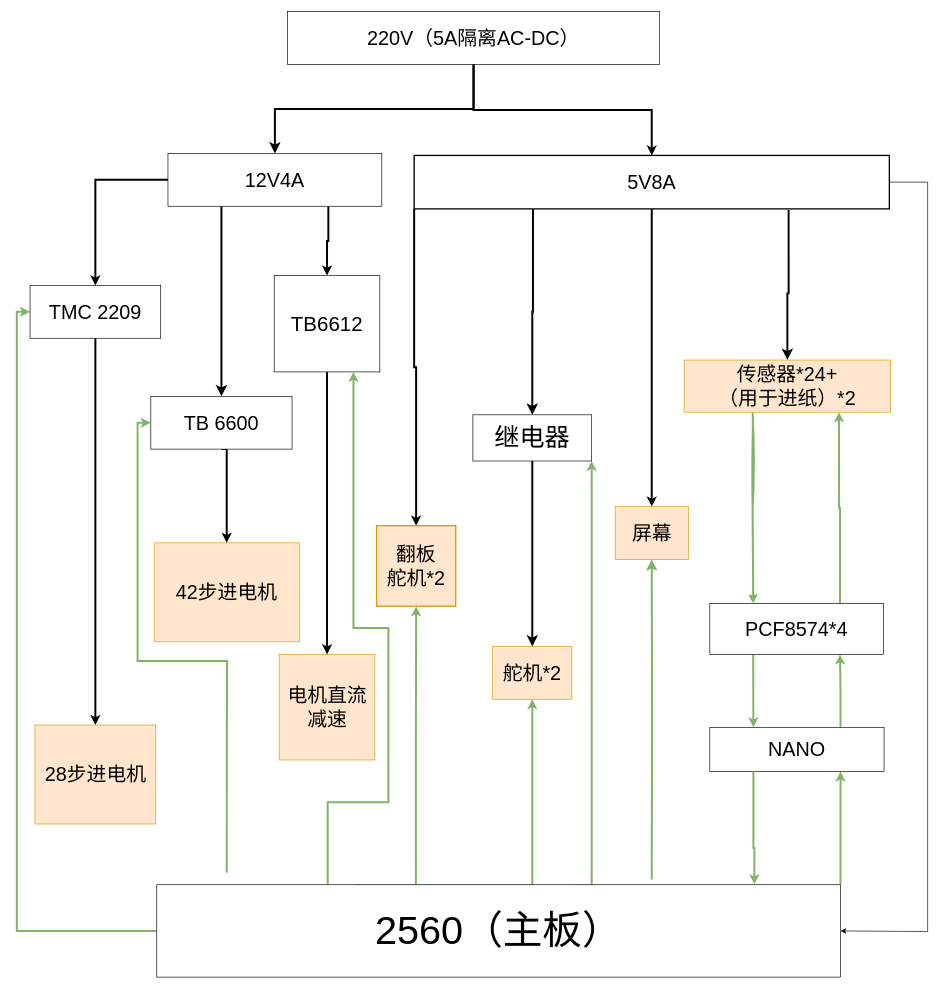
Above: 大项目1.0.drawio.xml in xinlanzi/Induisal-design (draw.io), before the change. Source tidied: cells renumbered, new cells numbered last; positions are measured from the earlier drawing's top-left corner, leaving out a move shared by most shapes. Both pictures are drawn from the tidied source at 66%, with x=0, y=0 at pixel (30, 11).
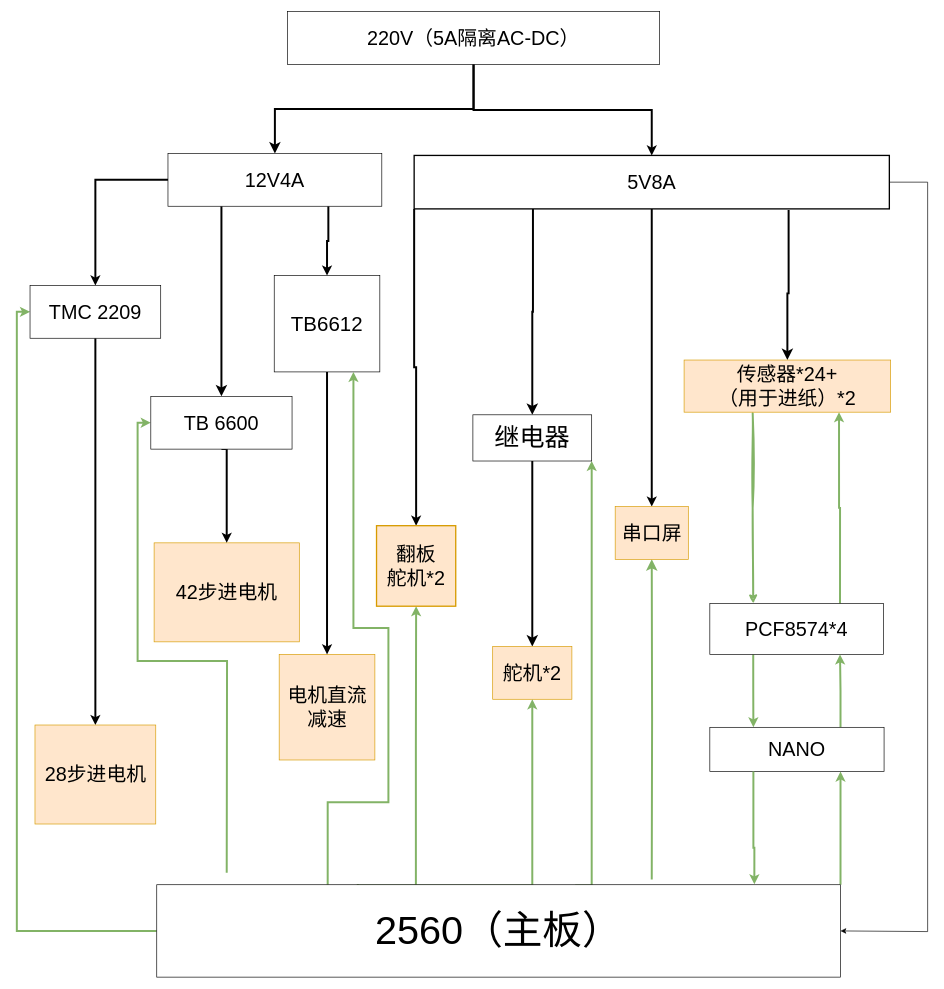
Above is the later version.

Commit message:
更新大项目1.0.drawio.xml

The edit, as a diff of the source:
```diff
@@
-    <mxCell id="45" value="&lt;font style=&quot;font-size: 30px;&quot;&gt;屏幕&lt;/font&gt;" style="rounded=0;whiteSpace=wrap;html=1;fillColor=#ffe6cc;strokeColor=#d79b00;" parent="1" vertex="1">
+    <mxCell id="45" value="&lt;font style=&quot;font-size: 30px;&quot;&gt;串口屏&lt;/font&gt;" style="rounded=0;whiteSpace=wrap;html=1;fillColor=#ffe6cc;strokeColor=#d79b00;" parent="1" vertex="1">
       <mxGeometry x="886.6" y="750" width="110.8" height="80" as="geometry" />
     </mxCell>
```
